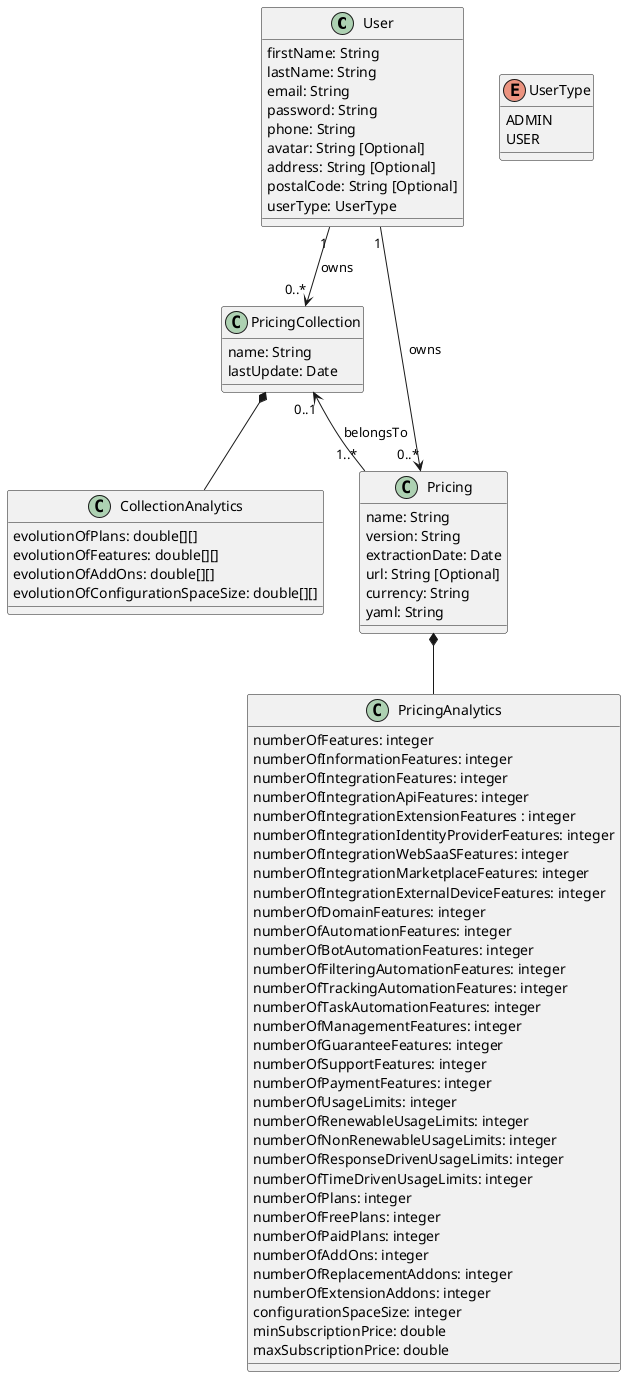
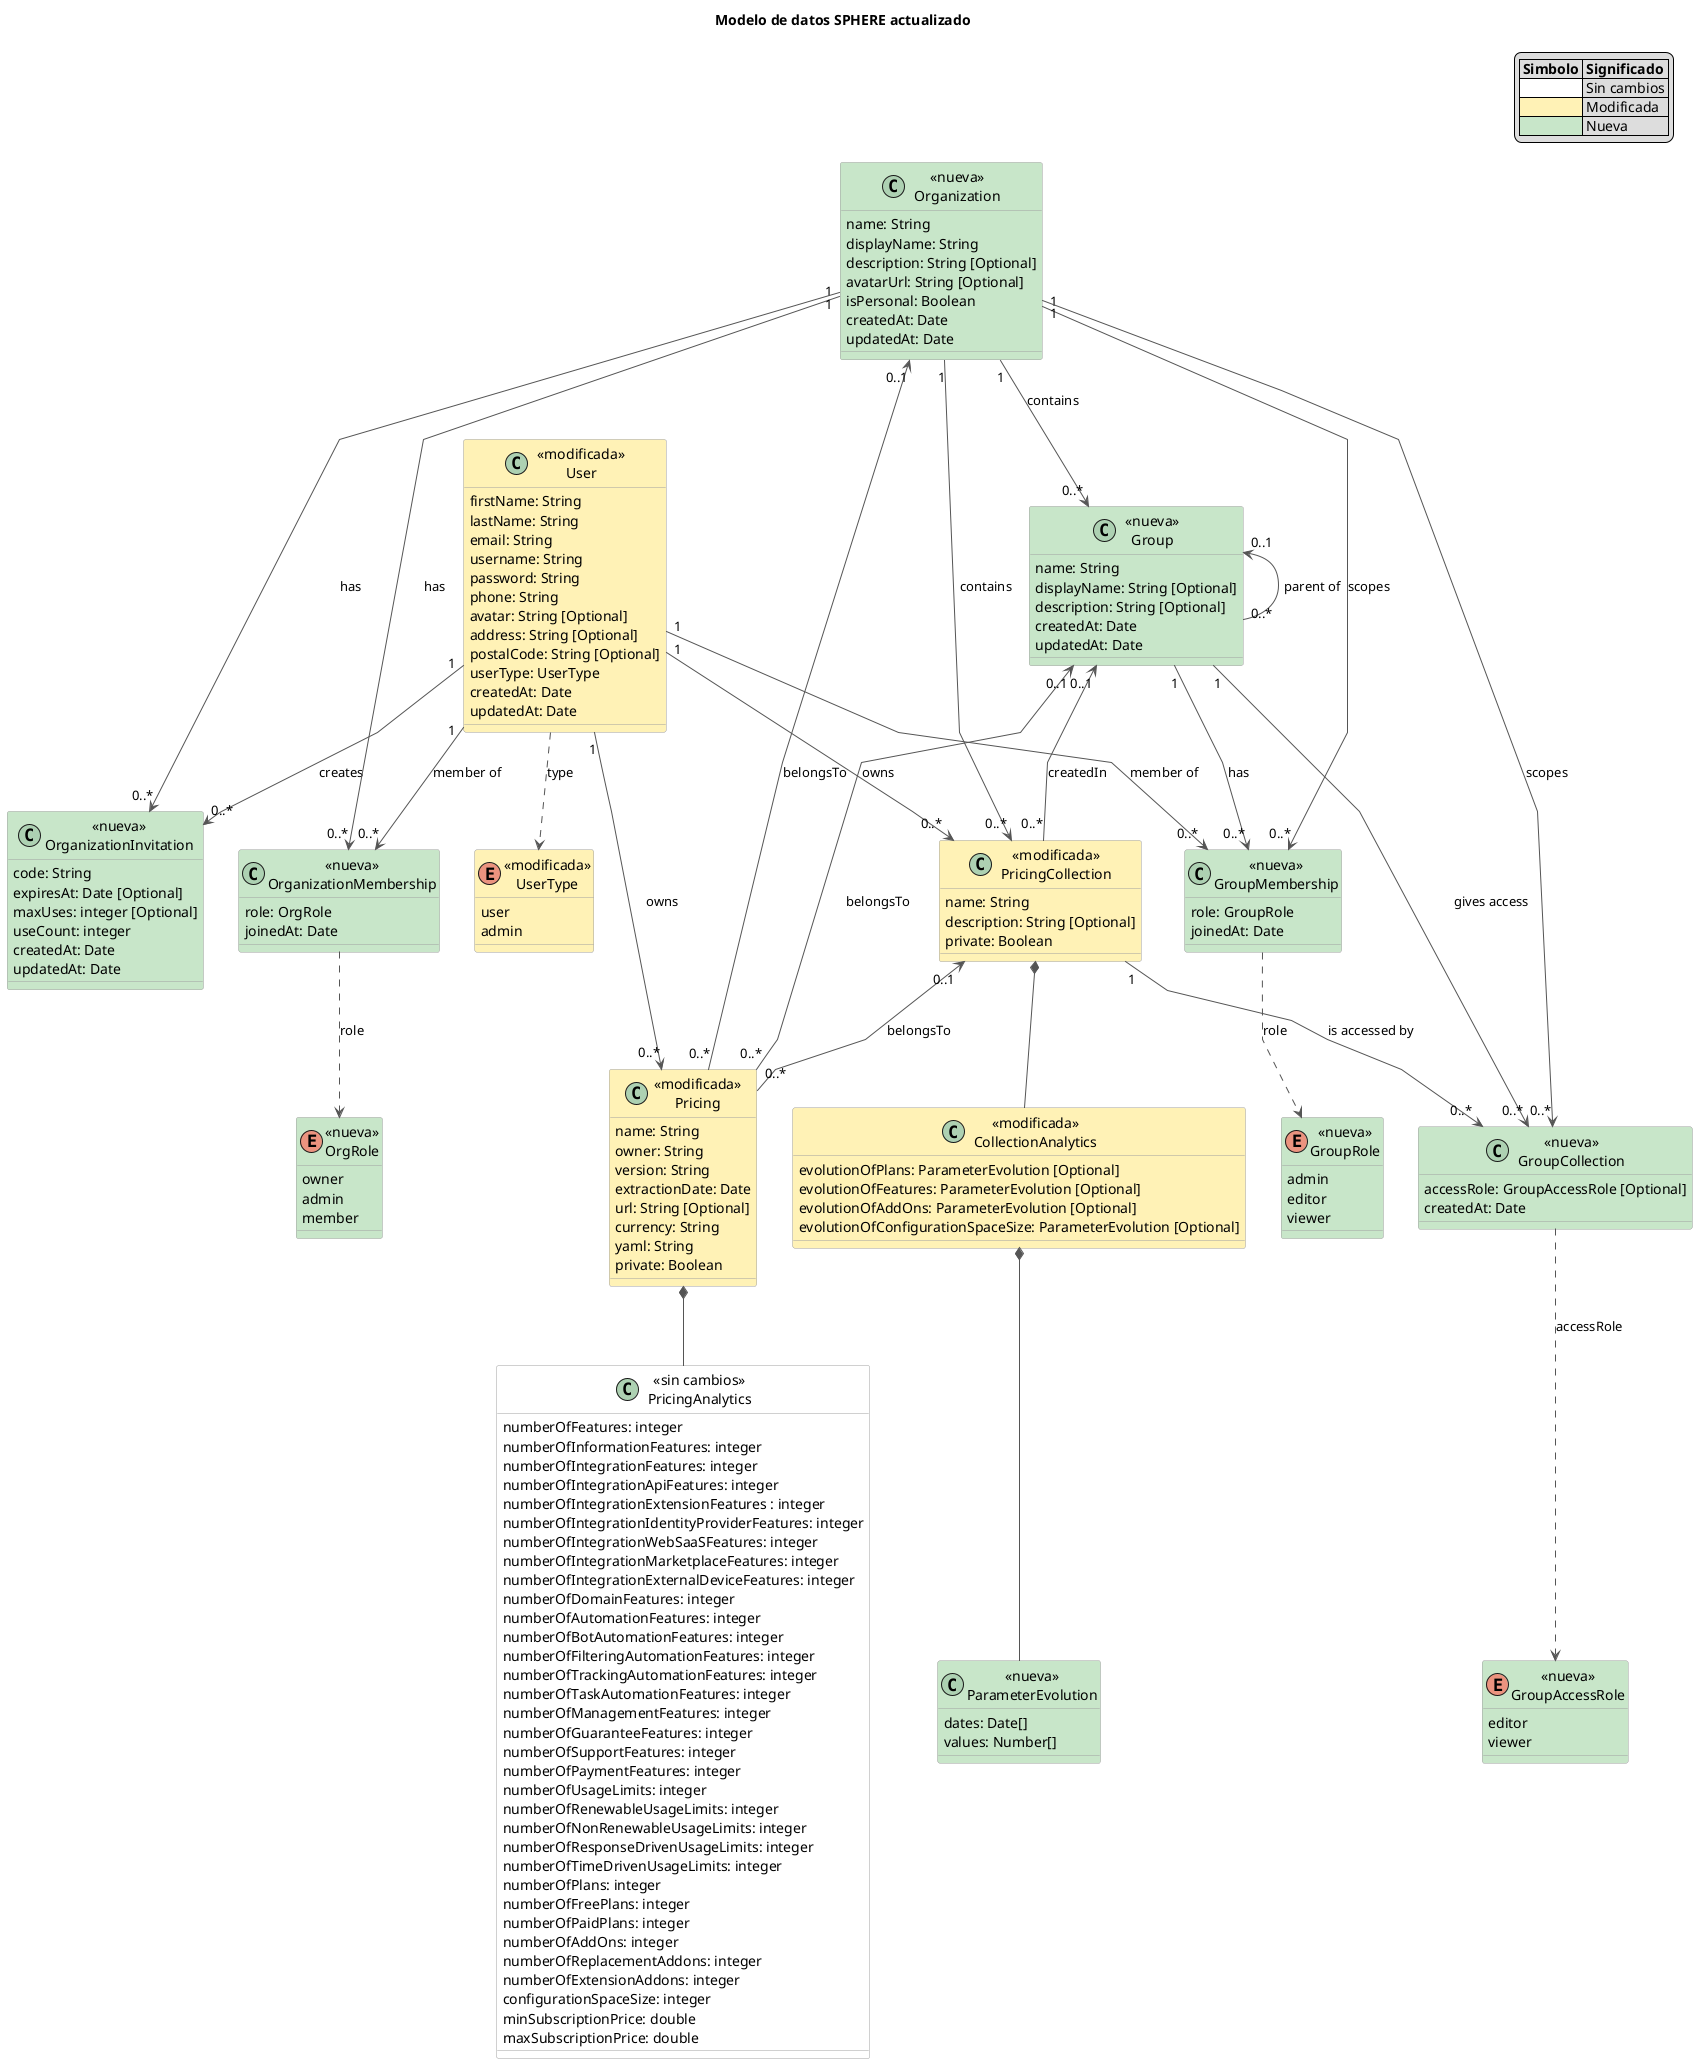
@startuml

+ title Modelo de datos SPHERE actualizado
+ 
+ skinparam shadowing false
+ skinparam linetype polyline
+ skinparam class {
+     BackgroundColor White
+     BorderColor #A0A0A0
+     ArrowColor #555555
+ }
+ 
+ legend top right
+ |= Simbolo |= Significado |
+ |<#FFFFFF>  | Sin cambios |
+ |<#FFF2B6>  | Modificada |
+ |<#C8E6C9>  | Nueva |
+ endlegend
+ 
' Classes
- class User {
+ class "«modificada»\nUser" as User #FFF2B6 {
    firstName: String
    lastName: String
    email: String
+     username: String
    password: String
    phone: String
    avatar: String [Optional]
    address: String [Optional]
    postalCode: String [Optional]
    userType: UserType
+     createdAt: Date
+     updatedAt: Date
}

- class PricingCollection {
+ class "«modificada»\nPricingCollection" as PricingCollection #FFF2B6 {
    name: String
-     lastUpdate: Date
+     description: String [Optional]
+     private: Boolean
}

- class CollectionAnalytics {
-     evolutionOfPlans: double[][]
-     evolutionOfFeatures: double[][]
-     evolutionOfAddOns: double[][]
-     evolutionOfConfigurationSpaceSize: double[][]
+ class "«modificada»\nCollectionAnalytics" as CollectionAnalytics #FFF2B6 {
+     evolutionOfPlans: ParameterEvolution [Optional]
+     evolutionOfFeatures: ParameterEvolution [Optional]
+     evolutionOfAddOns: ParameterEvolution [Optional]
+     evolutionOfConfigurationSpaceSize: ParameterEvolution [Optional]
}

- class Pricing {
+ class "«nueva»\nParameterEvolution" as ParameterEvolution #C8E6C9 {
+     dates: Date[]
+     values: Number[]
+ }
+ 
+ class "«modificada»\nPricing" as Pricing #FFF2B6 {
    name: String
+     owner: String
    version: String
    extractionDate: Date
    url: String [Optional]
    currency: String
    yaml: String
+     private: Boolean
}

- class PricingAnalytics {
+ class "«sin cambios»\nPricingAnalytics" as PricingAnalytics #FFFFFF {
    numberOfFeatures: integer
    numberOfInformationFeatures: integer
    numberOfIntegrationFeatures: integer
    numberOfIntegrationApiFeatures: integer
    numberOfIntegrationExtensionFeatures : integer
    numberOfIntegrationIdentityProviderFeatures: integer
    numberOfIntegrationWebSaaSFeatures: integer
    numberOfIntegrationMarketplaceFeatures: integer
    numberOfIntegrationExternalDeviceFeatures: integer
    numberOfDomainFeatures: integer
    numberOfAutomationFeatures: integer
    numberOfBotAutomationFeatures: integer
    numberOfFilteringAutomationFeatures: integer
    numberOfTrackingAutomationFeatures: integer
    numberOfTaskAutomationFeatures: integer
    numberOfManagementFeatures: integer
    numberOfGuaranteeFeatures: integer
    numberOfSupportFeatures: integer
    numberOfPaymentFeatures: integer
    numberOfUsageLimits: integer
    numberOfRenewableUsageLimits: integer
    numberOfNonRenewableUsageLimits: integer
    numberOfResponseDrivenUsageLimits: integer
    numberOfTimeDrivenUsageLimits: integer
    numberOfPlans: integer
    numberOfFreePlans: integer
    numberOfPaidPlans: integer
    numberOfAddOns: integer
    numberOfReplacementAddons: integer
    numberOfExtensionAddons: integer
    configurationSpaceSize: integer
    minSubscriptionPrice: double
    maxSubscriptionPrice: double
}

+ class "«nueva»\nOrganization" as Organization #C8E6C9 {
+     name: String
+     displayName: String
+     description: String [Optional]
+     avatarUrl: String [Optional]
+     isPersonal: Boolean
+     createdAt: Date
+     updatedAt: Date
+ }
+ 
+ class "«nueva»\nOrganizationMembership" as OrganizationMembership #C8E6C9 {
+     role: OrgRole
+     joinedAt: Date
+ }
+ 
+ class "«nueva»\nOrganizationInvitation" as OrganizationInvitation #C8E6C9 {
+     code: String
+     expiresAt: Date [Optional]
+     maxUses: integer [Optional]
+     useCount: integer
+     createdAt: Date
+     updatedAt: Date
+ }
+ 
+ class "«nueva»\nGroup" as Group #C8E6C9 {
+     name: String
+     displayName: String [Optional]
+     description: String [Optional]
+     createdAt: Date
+     updatedAt: Date
+ }
+ 
+ class "«nueva»\nGroupMembership" as GroupMembership #C8E6C9 {
+     role: GroupRole
+     joinedAt: Date
+ }
+ 
+ class "«nueva»\nGroupCollection" as GroupCollection #C8E6C9 {
+     accessRole: GroupAccessRole [Optional]
+     createdAt: Date
+ }
+ 
' Relationships
- 
User "1" --> "0..*" Pricing : owns
User "1" --> "0..*" PricingCollection : owns
+ User "1" --> "0..*" OrganizationMembership : member of
+ User "1" --> "0..*" GroupMembership : member of
+ User "1" --> "0..*" OrganizationInvitation : creates
+ 
+ Organization "0..1" <-- "0..*" Pricing : belongsTo
+ Organization "1" --> "0..*" PricingCollection : contains
+ Organization "1" --> "0..*" OrganizationMembership : has
+ Organization "1" --> "0..*" OrganizationInvitation : has
+ Organization "1" --> "0..*" Group : contains
+ Organization "1" --> "0..*" GroupMembership : scopes
+ Organization "1" --> "0..*" GroupCollection : scopes
+ 
+ Group "0..1" <-- "0..*" Pricing : belongsTo
+ Group "0..1" <-- "0..*" PricingCollection : createdIn
+ Group "0..1" <-- "0..*" Group : parent of
+ Group "1" --> "0..*" GroupMembership : has
+ Group "1" --> "0..*" GroupCollection : gives access
+ 
+ PricingCollection "0..1" <-- "0..*" Pricing : belongsTo
+ PricingCollection "1" --> "0..*" GroupCollection : is accessed by
PricingCollection *-- CollectionAnalytics
- PricingCollection "0..1" <-- "1..*" Pricing : belongsTo
+ CollectionAnalytics *-- ParameterEvolution
Pricing *-- PricingAnalytics

' Enums
- 
- enum UserType {
-     ADMIN
-     USER
+ enum "«modificada»\nUserType" as UserType #FFF2B6 {
+     user
+     admin
}

- @enduml+ enum "«nueva»\nOrgRole" as OrgRole #C8E6C9 {
+     owner
+     admin
+     member
+ }
+ 
+ enum "«nueva»\nGroupRole" as GroupRole #C8E6C9 {
+     admin
+     editor
+     viewer
+ }
+ 
+ enum "«nueva»\nGroupAccessRole" as GroupAccessRole #C8E6C9 {
+     editor
+     viewer
+ }
+ 
+ User ..> UserType : type
+ OrganizationMembership ..> OrgRole : role
+ GroupMembership ..> GroupRole : role
+ GroupCollection ..> GroupAccessRole : accessRole
+ 
+ @enduml
